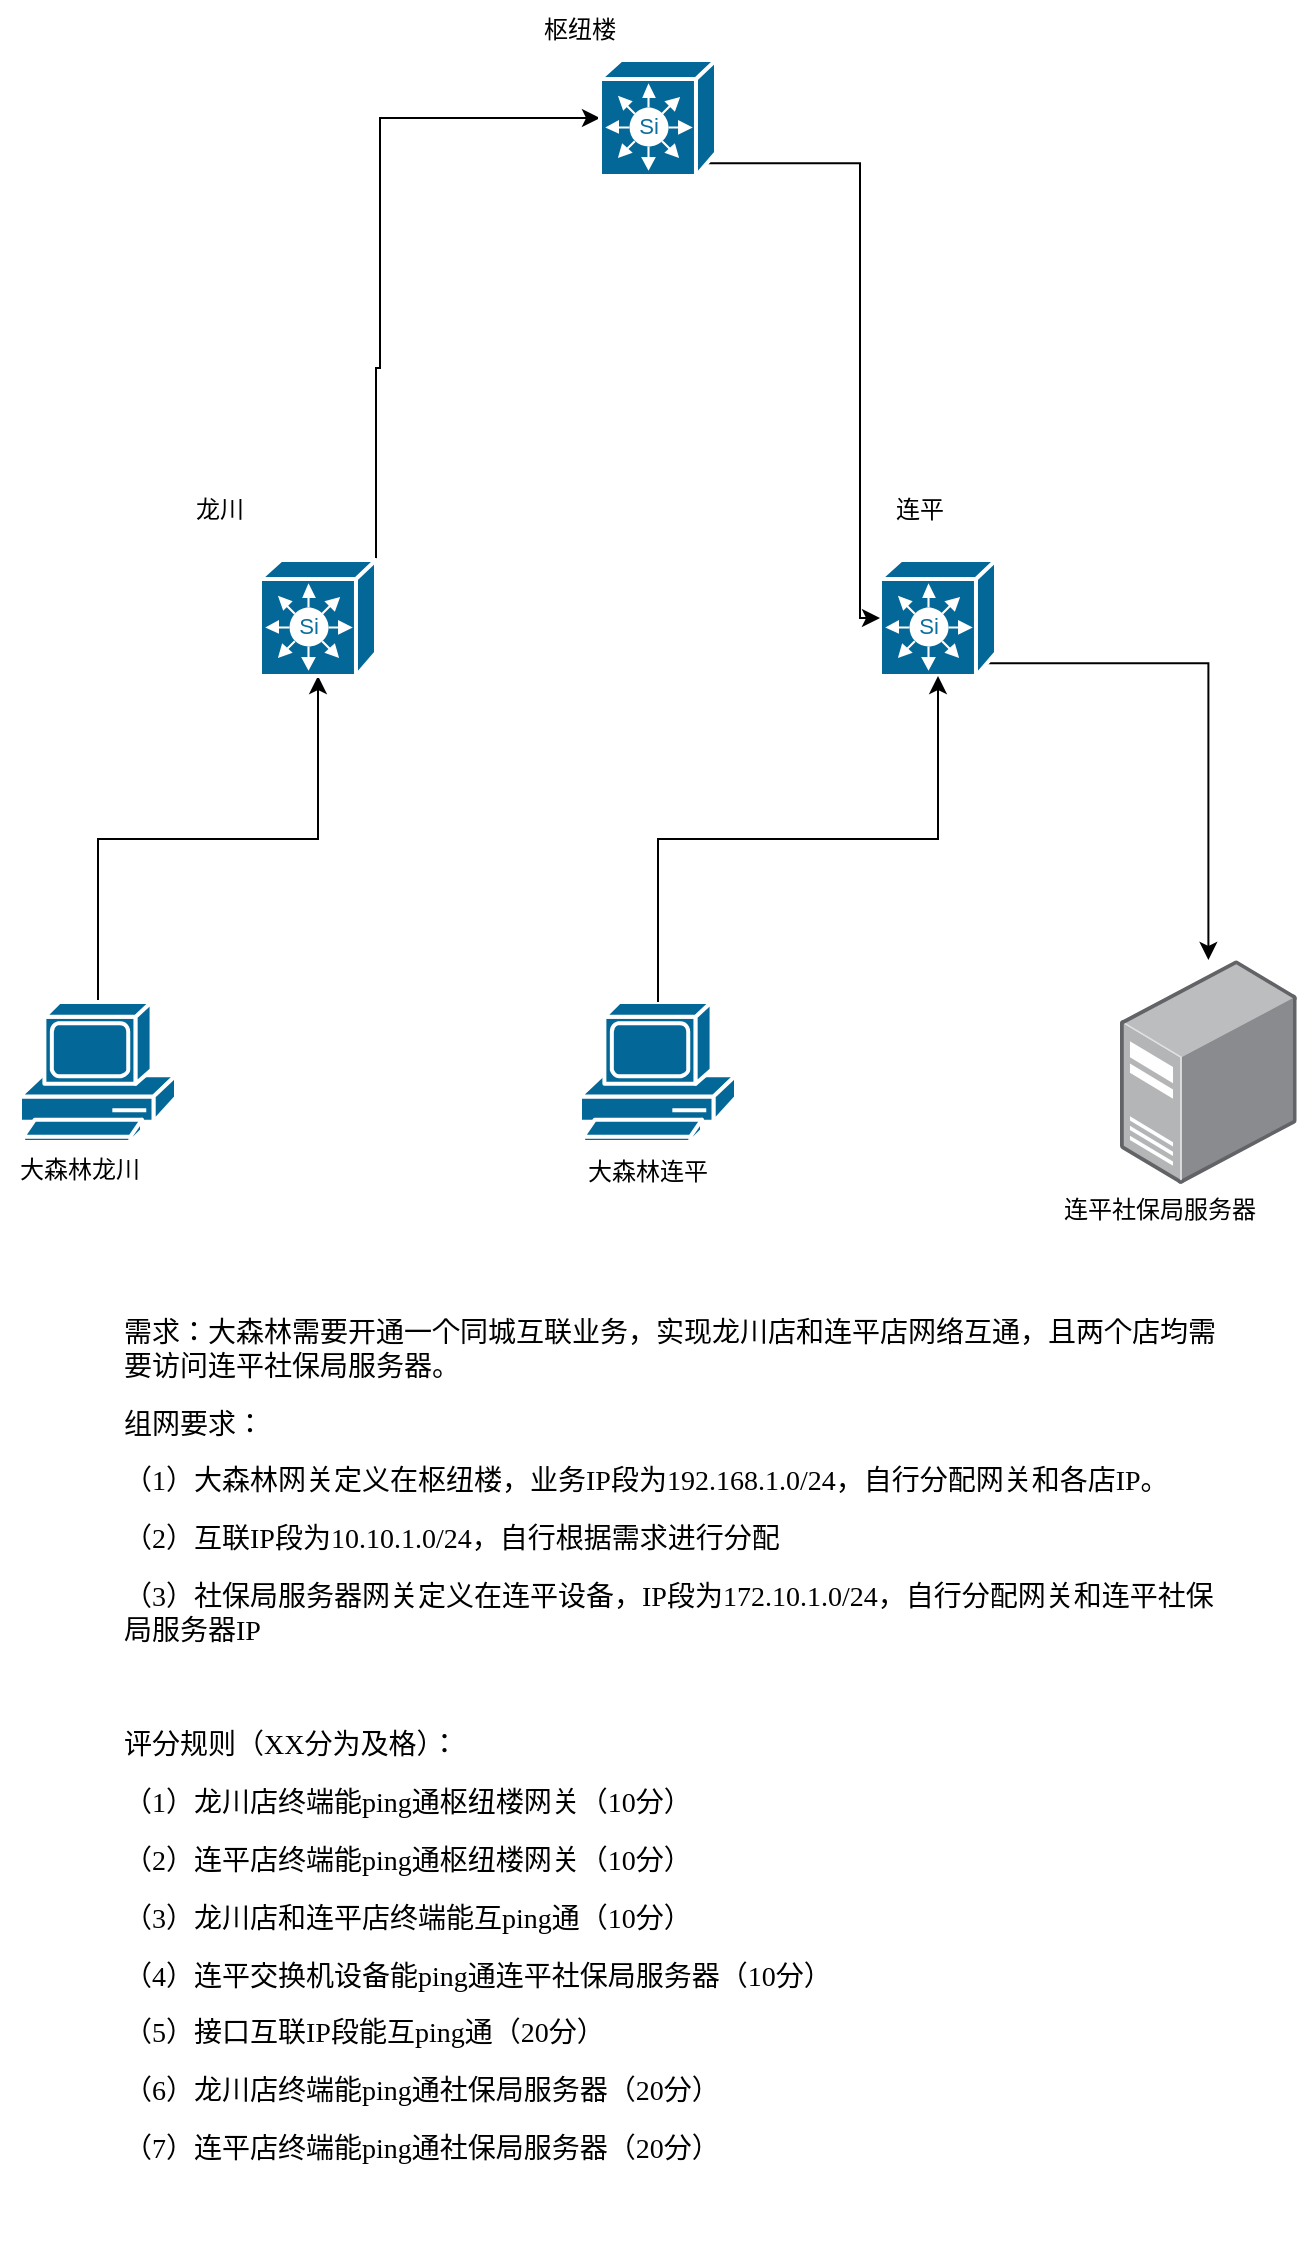
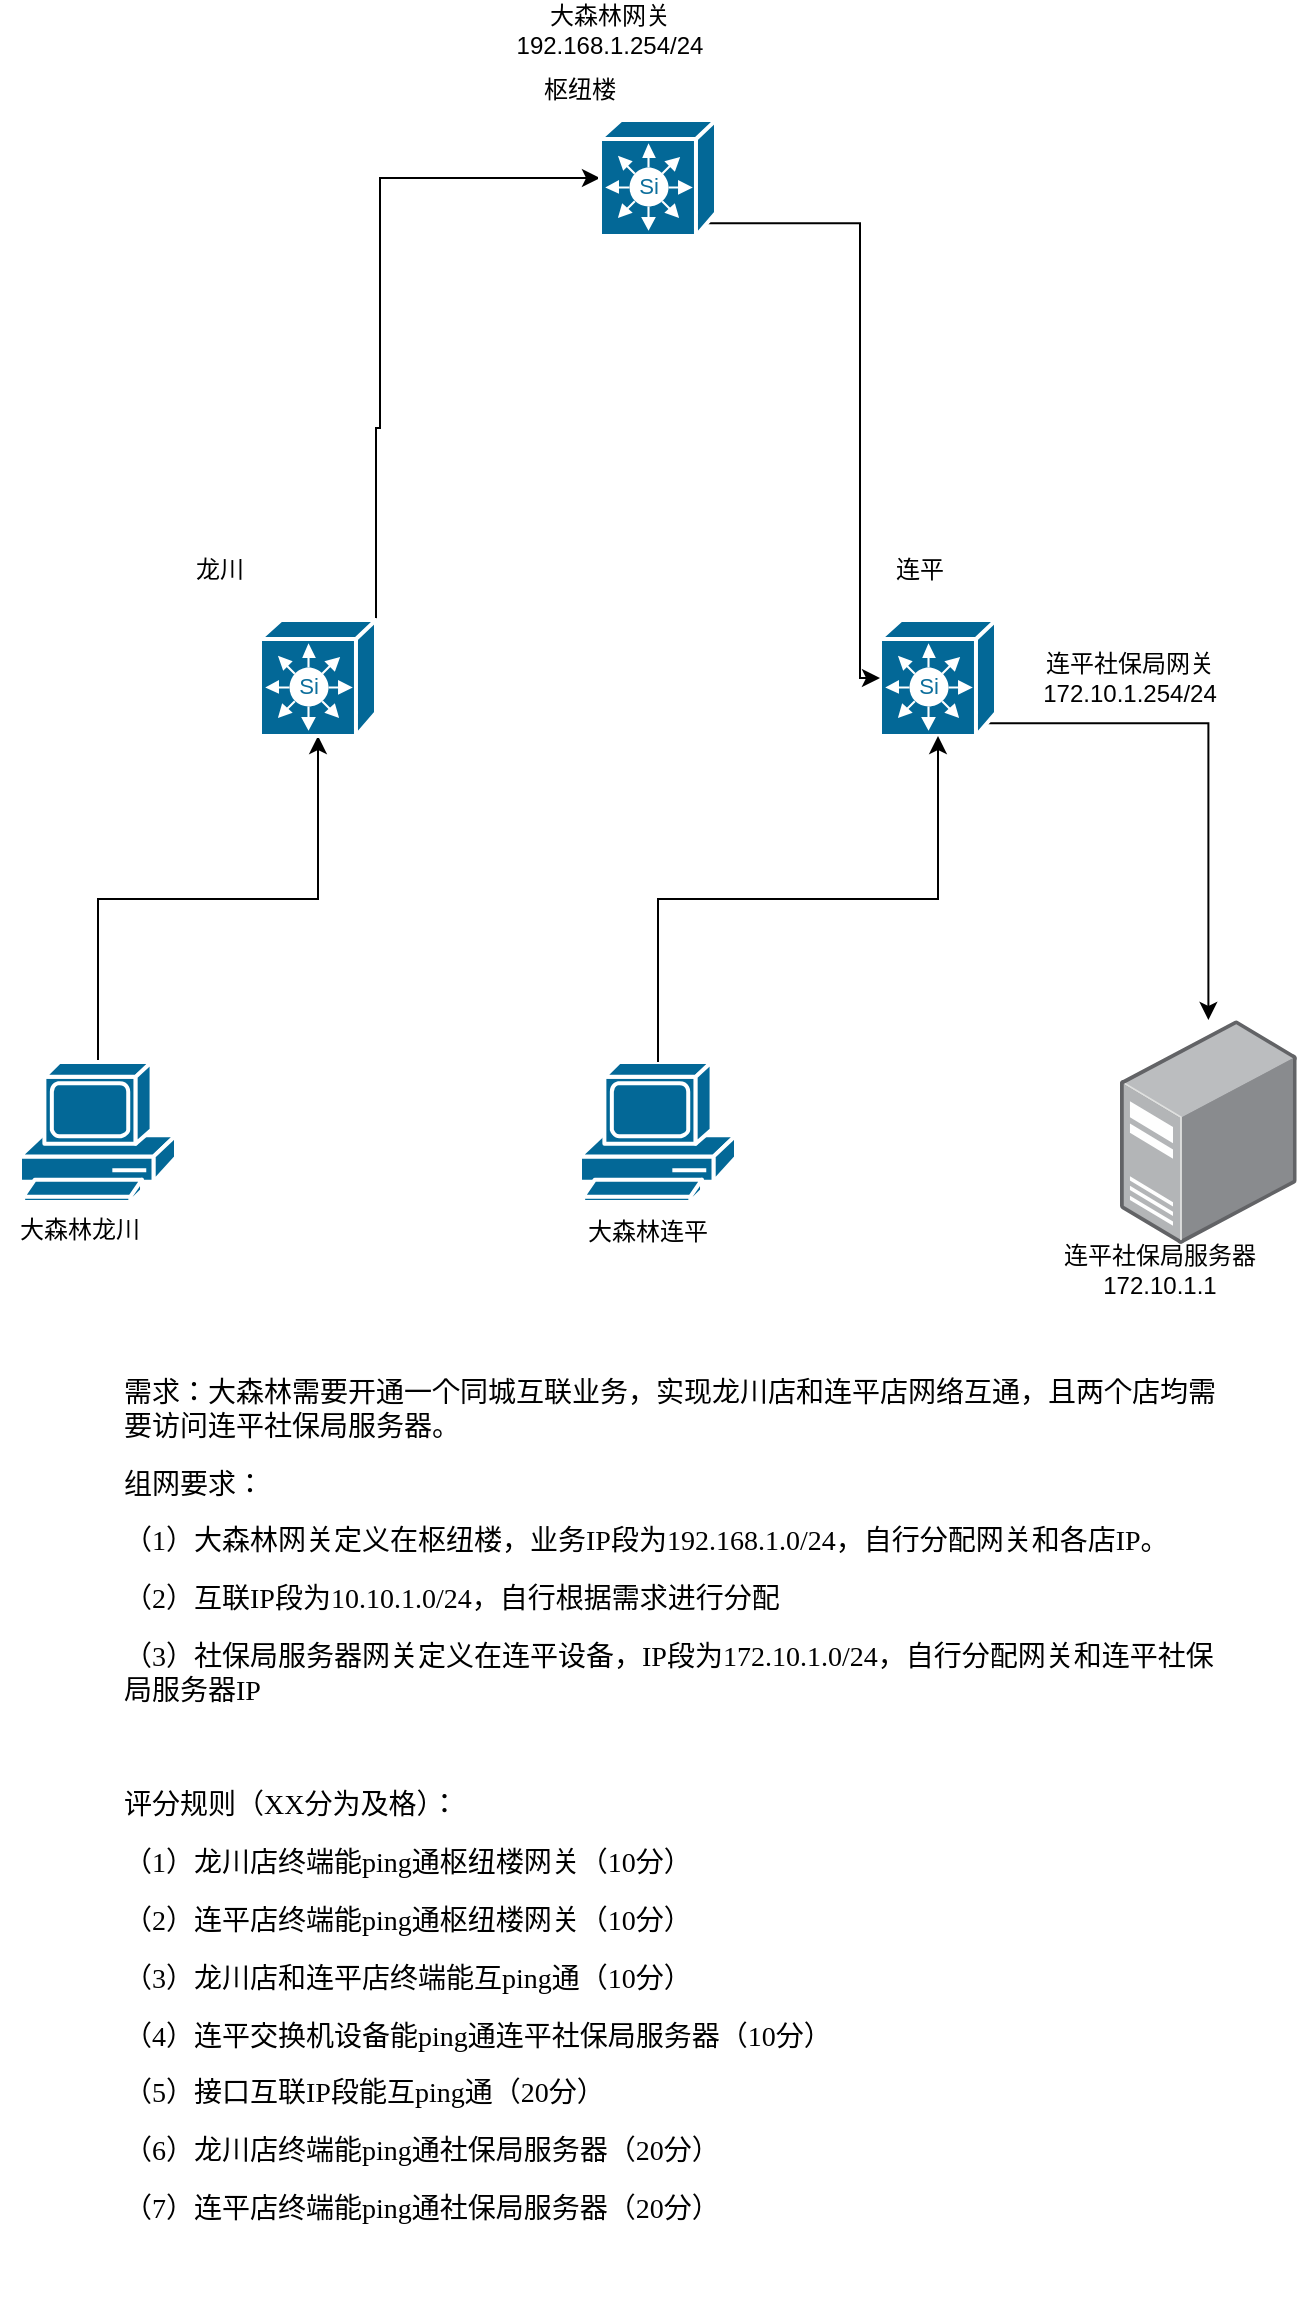
<mxfile host="app.diagrams.net" agent="Mozilla/5.0 (Windows NT 10.0; Win64; x64) AppleWebKit/537.36 (KHTML, like Gecko) Chrome/148.0.0.0 Safari/537.36 Edg/148.0.0.0" version="29.6.3">
  <diagram name="第 1 页" id="wlVZk_bkfFDo9jE-XTfM">
    <mxGraphModel dx="721" dy="966" grid="1" gridSize="10" guides="1" tooltips="1" connect="1" arrows="1" fold="1" page="1" pageScale="1" pageWidth="827" pageHeight="1169" math="0" shadow="0">
      <root>
        <mxCell id="0" />
        <mxCell id="1" parent="0" />
        <mxCell id="rIy1AtN8FkbjUDBpNLNd-8" edge="1" parent="1" source="rIy1AtN8FkbjUDBpNLNd-1" style="edgeStyle=orthogonalEdgeStyle;rounded=0;orthogonalLoop=1;jettySize=auto;html=1;exitX=0.5;exitY=0;exitDx=0;exitDy=0;exitPerimeter=0;" target="rIy1AtN8FkbjUDBpNLNd-5">
          <mxGeometry relative="1" as="geometry" />
        </mxCell>
        <mxCell id="rIy1AtN8FkbjUDBpNLNd-1" parent="1" style="sketch=0;html=1;pointerEvents=1;dashed=0;fillColor=#036897;strokeColor=#ffffff;strokeWidth=2;verticalLabelPosition=bottom;verticalAlign=top;align=center;outlineConnect=0;shape=mxgraph.cisco.computers_and_peripherals.pc;" value="" vertex="1">
          <mxGeometry height="70" width="78" x="100" y="641" as="geometry" />
        </mxCell>
        <mxCell id="rIy1AtN8FkbjUDBpNLNd-2" parent="1" style="sketch=0;html=1;pointerEvents=1;dashed=0;fillColor=#036897;strokeColor=#ffffff;strokeWidth=2;verticalLabelPosition=bottom;verticalAlign=top;align=center;outlineConnect=0;shape=mxgraph.cisco.computers_and_peripherals.pc;" value="" vertex="1">
          <mxGeometry height="70" width="78" x="380" y="641" as="geometry" />
        </mxCell>
        <mxCell id="rIy1AtN8FkbjUDBpNLNd-3" parent="1" style="image;points=[];aspect=fixed;html=1;align=center;shadow=0;dashed=0;image=img/lib/allied_telesis/computer_and_terminals/Server_Desktop.svg;" value="" vertex="1">
          <mxGeometry height="112" width="88.36" x="650" y="620" as="geometry" />
        </mxCell>
        <mxCell id="rIy1AtN8FkbjUDBpNLNd-12" edge="1" parent="1" source="rIy1AtN8FkbjUDBpNLNd-5" style="edgeStyle=orthogonalEdgeStyle;rounded=0;orthogonalLoop=1;jettySize=auto;html=1;exitX=1;exitY=0;exitDx=0;exitDy=0;exitPerimeter=0;" target="rIy1AtN8FkbjUDBpNLNd-7">
          <mxGeometry relative="1" as="geometry">
            <Array as="points">
              <mxPoint x="278" y="324" />
              <mxPoint x="280" y="324" />
              <mxPoint x="280" y="199" />
            </Array>
          </mxGeometry>
        </mxCell>
        <mxCell id="rIy1AtN8FkbjUDBpNLNd-5" parent="1" style="strokeColor=#ffffff;sketch=0;html=1;pointerEvents=1;dashed=0;fillColor=#036897;strokeWidth=2;verticalLabelPosition=bottom;verticalAlign=top;align=center;outlineConnect=0;shape=mxgraph.cisco.switches.simultilayer_switch;" value="" vertex="1">
          <mxGeometry height="57.99999999999999" width="57.99999999999999" x="220" y="420" as="geometry" />
        </mxCell>
        <mxCell id="rIy1AtN8FkbjUDBpNLNd-10" edge="1" parent="1" source="rIy1AtN8FkbjUDBpNLNd-6" style="edgeStyle=orthogonalEdgeStyle;rounded=0;orthogonalLoop=1;jettySize=auto;html=1;exitX=0.92;exitY=0.89;exitDx=0;exitDy=0;exitPerimeter=0;" target="rIy1AtN8FkbjUDBpNLNd-3">
          <mxGeometry relative="1" as="geometry" />
        </mxCell>
        <mxCell id="rIy1AtN8FkbjUDBpNLNd-6" parent="1" style="strokeColor=#ffffff;sketch=0;html=1;pointerEvents=1;dashed=0;fillColor=#036897;strokeWidth=2;verticalLabelPosition=bottom;verticalAlign=top;align=center;outlineConnect=0;shape=mxgraph.cisco.switches.simultilayer_switch;" value="" vertex="1">
          <mxGeometry height="57.99999999999999" width="57.99999999999999" x="530" y="420" as="geometry" />
        </mxCell>
        <mxCell id="rIy1AtN8FkbjUDBpNLNd-11" edge="1" parent="1" source="rIy1AtN8FkbjUDBpNLNd-7" style="edgeStyle=orthogonalEdgeStyle;rounded=0;orthogonalLoop=1;jettySize=auto;html=1;exitX=0.92;exitY=0.89;exitDx=0;exitDy=0;exitPerimeter=0;" target="rIy1AtN8FkbjUDBpNLNd-6">
          <mxGeometry relative="1" as="geometry">
            <Array as="points">
              <mxPoint x="520" y="222" />
              <mxPoint x="520" y="449" />
            </Array>
          </mxGeometry>
        </mxCell>
        <mxCell id="rIy1AtN8FkbjUDBpNLNd-7" parent="1" style="strokeColor=#ffffff;sketch=0;html=1;pointerEvents=1;dashed=0;fillColor=#036897;strokeWidth=2;verticalLabelPosition=bottom;verticalAlign=top;align=center;outlineConnect=0;shape=mxgraph.cisco.switches.simultilayer_switch;" value="" vertex="1">
          <mxGeometry height="57.99999999999999" width="57.99999999999999" x="390" y="170" as="geometry" />
        </mxCell>
        <mxCell id="rIy1AtN8FkbjUDBpNLNd-9" edge="1" parent="1" source="rIy1AtN8FkbjUDBpNLNd-2" style="edgeStyle=orthogonalEdgeStyle;rounded=0;orthogonalLoop=1;jettySize=auto;html=1;exitX=0.5;exitY=0;exitDx=0;exitDy=0;exitPerimeter=0;entryX=0.5;entryY=1;entryDx=0;entryDy=0;entryPerimeter=0;" target="rIy1AtN8FkbjUDBpNLNd-6">
          <mxGeometry relative="1" as="geometry" />
        </mxCell>
        <mxCell id="rIy1AtN8FkbjUDBpNLNd-13" parent="1" style="text;html=1;whiteSpace=wrap;strokeColor=none;fillColor=none;align=center;verticalAlign=middle;rounded=0;" value="大森林龙川" vertex="1">
          <mxGeometry height="30" width="80" x="90" y="710" as="geometry" />
        </mxCell>
        <mxCell id="rIy1AtN8FkbjUDBpNLNd-14" parent="1" style="text;html=1;whiteSpace=wrap;strokeColor=none;fillColor=none;align=center;verticalAlign=middle;rounded=0;" value="大森林连平" vertex="1">
          <mxGeometry height="30" width="80" x="374" y="711" as="geometry" />
        </mxCell>
-         <mxCell id="rIy1AtN8FkbjUDBpNLNd-15" parent="1" style="text;html=1;whiteSpace=wrap;strokeColor=none;fillColor=none;align=center;verticalAlign=middle;rounded=0;" value="连平社保局服务器" vertex="1">
+         <mxCell id="rIy1AtN8FkbjUDBpNLNd-15" parent="1" style="text;html=1;whiteSpace=wrap;strokeColor=none;fillColor=none;align=center;verticalAlign=middle;rounded=0;" value="连平社保局服务器&lt;div&gt;172.10.1.1&lt;/div&gt;" vertex="1">
          <mxGeometry height="30" width="120" x="610" y="730" as="geometry" />
        </mxCell>
        <mxCell id="vXeplIFSWKCc3kw2VImj-1" parent="1" style="text;html=1;whiteSpace=wrap;strokeColor=none;fillColor=none;align=center;verticalAlign=middle;rounded=0;" value="连平" vertex="1">
          <mxGeometry height="30" width="60" x="520" y="380" as="geometry" />
        </mxCell>
        <mxCell id="vXeplIFSWKCc3kw2VImj-2" parent="1" style="text;html=1;whiteSpace=wrap;strokeColor=none;fillColor=none;align=center;verticalAlign=middle;rounded=0;" value="龙川" vertex="1">
          <mxGeometry height="30" width="60" x="170" y="380" as="geometry" />
        </mxCell>
        <mxCell id="vXeplIFSWKCc3kw2VImj-4" parent="1" style="text;html=1;whiteSpace=wrap;strokeColor=none;fillColor=none;align=center;verticalAlign=middle;rounded=0;" value="枢纽楼" vertex="1">
          <mxGeometry height="30" width="60" x="350" y="140" as="geometry" />
        </mxCell>
        <mxCell id="vXeplIFSWKCc3kw2VImj-5" parent="1" style="text;whiteSpace=wrap;html=1;" value="&lt;p class=&quot;MsoNormal&quot;&gt;&lt;span style=&quot;mso-spacerun:&#39;yes&#39;;font-family:宋体;mso-ascii-font-family:Calibri;&#xa;mso-hansi-font-family:Calibri;mso-bidi-font-family:&#39;Times New Roman&#39;;font-size:10.5000pt;&#xa;mso-font-kerning:1.0000pt;&quot;&gt;&lt;font face=&quot;宋体&quot;&gt;需求：大森林需要开通一个同城互联业务，实现龙川店和连平店网络互通，且两个店均需要访问连平社保局服务器。&lt;/font&gt;&lt;/span&gt;&lt;span style=&quot;mso-spacerun:&#39;yes&#39;;font-family:宋体;mso-ascii-font-family:Calibri;&#xa;mso-hansi-font-family:Calibri;mso-bidi-font-family:&#39;Times New Roman&#39;;font-size:10.5000pt;&#xa;mso-font-kerning:1.0000pt;&quot;&gt;&lt;/span&gt;&lt;/p&gt;&lt;p class=&quot;MsoNormal&quot;&gt;&lt;span style=&quot;mso-spacerun:&#39;yes&#39;;font-family:宋体;mso-ascii-font-family:Calibri;&#xa;mso-hansi-font-family:Calibri;mso-bidi-font-family:&#39;Times New Roman&#39;;font-size:10.5000pt;&#xa;mso-font-kerning:1.0000pt;&quot;&gt;&lt;font face=&quot;宋体&quot;&gt;组网要求：&lt;/font&gt;&lt;/span&gt;&lt;span style=&quot;mso-spacerun:&#39;yes&#39;;font-family:宋体;mso-ascii-font-family:Calibri;&#xa;mso-hansi-font-family:Calibri;mso-bidi-font-family:&#39;Times New Roman&#39;;font-size:10.5000pt;&#xa;mso-font-kerning:1.0000pt;&quot;&gt;&lt;/span&gt;&lt;/p&gt;&lt;p class=&quot;MsoNormal&quot; style=&quot;mso-list:l0 level1 lfo1;&quot;&gt;&lt;span style=&quot;font-family:宋体;mso-ascii-font-family:Calibri;mso-hansi-font-family:Calibri;&#xa;mso-bidi-font-family:&#39;Times New Roman&#39;;font-size:10.5000pt;mso-font-kerning:1.0000pt;&quot;&gt;&lt;span style=&quot;mso-list:Ignore;&quot;&gt;（1）&lt;/span&gt;&lt;/span&gt;&lt;span style=&quot;mso-spacerun:&#39;yes&#39;;font-family:宋体;mso-ascii-font-family:Calibri;&#xa;mso-hansi-font-family:Calibri;mso-bidi-font-family:&#39;Times New Roman&#39;;font-size:10.5000pt;&#xa;mso-font-kerning:1.0000pt;&quot;&gt;&lt;font face=&quot;宋体&quot;&gt;大森林网关定义在枢纽楼，业务&lt;/font&gt;&lt;font face=&quot;Calibri&quot;&gt;IP&lt;/font&gt;&lt;font face=&quot;宋体&quot;&gt;段为&lt;/font&gt;&lt;font face=&quot;Calibri&quot;&gt;192.168.1.0/24&lt;/font&gt;&lt;font face=&quot;宋体&quot;&gt;，自行分配网关和各店&lt;/font&gt;&lt;font face=&quot;Calibri&quot;&gt;IP&lt;/font&gt;&lt;font face=&quot;宋体&quot;&gt;。&lt;/font&gt;&lt;/span&gt;&lt;span style=&quot;mso-spacerun:&#39;yes&#39;;font-family:宋体;mso-ascii-font-family:Calibri;&#xa;mso-hansi-font-family:Calibri;mso-bidi-font-family:&#39;Times New Roman&#39;;font-size:10.5000pt;&#xa;mso-font-kerning:1.0000pt;&quot;&gt;&lt;/span&gt;&lt;/p&gt;&lt;p class=&quot;MsoNormal&quot; style=&quot;mso-list:l0 level1 lfo1;&quot;&gt;&lt;span style=&quot;font-family:宋体;mso-ascii-font-family:Calibri;mso-hansi-font-family:Calibri;&#xa;mso-bidi-font-family:&#39;Times New Roman&#39;;font-size:10.5000pt;mso-font-kerning:1.0000pt;&quot;&gt;&lt;span style=&quot;mso-list:Ignore;&quot;&gt;（2）&lt;/span&gt;&lt;/span&gt;&lt;span style=&quot;mso-spacerun:&#39;yes&#39;;font-family:宋体;mso-ascii-font-family:Calibri;&#xa;mso-hansi-font-family:Calibri;mso-bidi-font-family:&#39;Times New Roman&#39;;font-size:10.5000pt;&#xa;mso-font-kerning:1.0000pt;&quot;&gt;&lt;font face=&quot;宋体&quot;&gt;互联&lt;/font&gt;&lt;font face=&quot;Calibri&quot;&gt;IP&lt;/font&gt;&lt;font face=&quot;宋体&quot;&gt;段为&lt;/font&gt;&lt;font face=&quot;Calibri&quot;&gt;10.10.1.0/24&lt;/font&gt;&lt;font face=&quot;宋体&quot;&gt;，自行根据需求进行分配&lt;/font&gt;&lt;/span&gt;&lt;span style=&quot;mso-spacerun:&#39;yes&#39;;font-family:Calibri;mso-fareast-font-family:宋体;&#xa;mso-bidi-font-family:&#39;Times New Roman&#39;;font-size:10.5000pt;mso-font-kerning:1.0000pt;&quot;&gt;&lt;/span&gt;&lt;/p&gt;&lt;p class=&quot;MsoNormal&quot; style=&quot;mso-list:l0 level1 lfo1;&quot;&gt;&lt;span style=&quot;font-family:宋体;mso-ascii-font-family:Calibri;mso-hansi-font-family:Calibri;&#xa;mso-bidi-font-family:&#39;Times New Roman&#39;;font-size:10.5000pt;mso-font-kerning:1.0000pt;&quot;&gt;&lt;span style=&quot;mso-list:Ignore;&quot;&gt;（3）&lt;/span&gt;&lt;/span&gt;&lt;span style=&quot;mso-spacerun:&#39;yes&#39;;font-family:宋体;mso-ascii-font-family:Calibri;&#xa;mso-hansi-font-family:Calibri;mso-bidi-font-family:&#39;Times New Roman&#39;;font-size:10.5000pt;&#xa;mso-font-kerning:1.0000pt;&quot;&gt;&lt;font face=&quot;宋体&quot;&gt;社保局服务器网关定义在连平设备，&lt;/font&gt;&lt;font face=&quot;Calibri&quot;&gt;IP&lt;/font&gt;&lt;font face=&quot;宋体&quot;&gt;段为&lt;/font&gt;&lt;font face=&quot;Calibri&quot;&gt;172.10.1.0/24&lt;/font&gt;&lt;font face=&quot;宋体&quot;&gt;，自行分配网关和连平社保局服务器&lt;/font&gt;&lt;font face=&quot;Calibri&quot;&gt;IP&lt;/font&gt;&lt;/span&gt;&lt;span style=&quot;mso-spacerun:&#39;yes&#39;;font-family:Calibri;mso-fareast-font-family:宋体;&#xa;mso-bidi-font-family:&#39;Times New Roman&#39;;font-size:10.5000pt;mso-font-kerning:1.0000pt;&quot;&gt;&lt;/span&gt;&lt;/p&gt;&lt;p class=&quot;MsoNormal&quot; align=&quot;justify&quot; style=&quot;mso-pagination:none;text-align:justify;text-justify:inter-ideograph;&quot;&gt;&lt;span style=&quot;mso-spacerun:&#39;yes&#39;;font-family:宋体;mso-ascii-font-family:Calibri;&#xa;mso-hansi-font-family:Calibri;mso-bidi-font-family:&#39;Times New Roman&#39;;font-size:10.5000pt;&#xa;mso-font-kerning:1.0000pt;&quot;&gt;&amp;nbsp;&lt;/span&gt;&lt;/p&gt;&lt;p class=&quot;MsoNormal&quot; align=&quot;justify&quot; style=&quot;mso-pagination:none;text-align:justify;text-justify:inter-ideograph;&quot;&gt;&lt;span style=&quot;mso-spacerun:&#39;yes&#39;;font-family:宋体;mso-ascii-font-family:Calibri;&#xa;mso-hansi-font-family:Calibri;mso-bidi-font-family:&#39;Times New Roman&#39;;font-size:10.5000pt;&#xa;mso-font-kerning:1.0000pt;&quot;&gt;&lt;font face=&quot;宋体&quot;&gt;评分规则（&lt;/font&gt;&lt;font face=&quot;Calibri&quot;&gt;XX&lt;/font&gt;&lt;font face=&quot;宋体&quot;&gt;分为及格）：&lt;/font&gt;&lt;/span&gt;&lt;span style=&quot;mso-spacerun:&#39;yes&#39;;font-family:宋体;mso-ascii-font-family:Calibri;&#xa;mso-hansi-font-family:Calibri;mso-bidi-font-family:&#39;Times New Roman&#39;;font-size:10.5000pt;&#xa;mso-font-kerning:1.0000pt;&quot;&gt;&lt;/span&gt;&lt;/p&gt;&lt;p class=&quot;MsoNormal&quot; align=&quot;justify&quot; style=&quot;mso-pagination:none;text-align:justify;text-justify:inter-ideograph;&#xa;mso-list:l1 level1 lfo2;&quot;&gt;&lt;span style=&quot;font-family:宋体;mso-ascii-font-family:Calibri;mso-hansi-font-family:Calibri;&#xa;mso-bidi-font-family:&#39;Times New Roman&#39;;font-size:10.5000pt;mso-font-kerning:1.0000pt;&quot;&gt;&lt;span style=&quot;mso-list:Ignore;&quot;&gt;（1）&lt;/span&gt;&lt;/span&gt;&lt;span style=&quot;mso-spacerun:&#39;yes&#39;;font-family:宋体;mso-ascii-font-family:Calibri;&#xa;mso-hansi-font-family:Calibri;mso-bidi-font-family:&#39;Times New Roman&#39;;font-size:10.5000pt;&#xa;mso-font-kerning:1.0000pt;&quot;&gt;&lt;font face=&quot;宋体&quot;&gt;龙川店终端能&lt;/font&gt;&lt;font face=&quot;Calibri&quot;&gt;ping&lt;/font&gt;&lt;font face=&quot;宋体&quot;&gt;通枢纽楼网关（&lt;/font&gt;&lt;font face=&quot;Calibri&quot;&gt;10&lt;/font&gt;&lt;font face=&quot;宋体&quot;&gt;分）&lt;/font&gt;&lt;/span&gt;&lt;span style=&quot;mso-spacerun:&#39;yes&#39;;font-family:宋体;mso-ascii-font-family:Calibri;&#xa;mso-hansi-font-family:Calibri;mso-bidi-font-family:&#39;Times New Roman&#39;;font-size:10.5000pt;&#xa;mso-font-kerning:1.0000pt;&quot;&gt;&lt;/span&gt;&lt;/p&gt;&lt;p class=&quot;MsoNormal&quot; align=&quot;justify&quot; style=&quot;mso-pagination:none;text-align:justify;text-justify:inter-ideograph;&#xa;mso-list:l1 level1 lfo2;&quot;&gt;&lt;span style=&quot;font-family:宋体;mso-ascii-font-family:Calibri;mso-hansi-font-family:Calibri;&#xa;mso-bidi-font-family:&#39;Times New Roman&#39;;font-size:10.5000pt;mso-font-kerning:1.0000pt;&quot;&gt;&lt;span style=&quot;mso-list:Ignore;&quot;&gt;（2）&lt;/span&gt;&lt;/span&gt;&lt;span style=&quot;mso-spacerun:&#39;yes&#39;;font-family:宋体;mso-ascii-font-family:Calibri;&#xa;mso-hansi-font-family:Calibri;mso-bidi-font-family:&#39;Times New Roman&#39;;font-size:10.5000pt;&#xa;mso-font-kerning:1.0000pt;&quot;&gt;&lt;font face=&quot;宋体&quot;&gt;连平店终端能&lt;/font&gt;&lt;font face=&quot;Calibri&quot;&gt;ping&lt;/font&gt;&lt;font face=&quot;宋体&quot;&gt;通枢纽楼网关（&lt;/font&gt;&lt;font face=&quot;Calibri&quot;&gt;10&lt;/font&gt;&lt;font face=&quot;宋体&quot;&gt;分）&lt;/font&gt;&lt;/span&gt;&lt;span style=&quot;mso-spacerun:&#39;yes&#39;;font-family:宋体;mso-ascii-font-family:Calibri;&#xa;mso-hansi-font-family:Calibri;mso-bidi-font-family:&#39;Times New Roman&#39;;font-size:10.5000pt;&#xa;mso-font-kerning:1.0000pt;&quot;&gt;&lt;/span&gt;&lt;/p&gt;&lt;p class=&quot;MsoNormal&quot; align=&quot;justify&quot; style=&quot;mso-pagination:none;text-align:justify;text-justify:inter-ideograph;&#xa;mso-list:l1 level1 lfo2;&quot;&gt;&lt;span style=&quot;font-family:宋体;mso-ascii-font-family:Calibri;mso-hansi-font-family:Calibri;&#xa;mso-bidi-font-family:&#39;Times New Roman&#39;;font-size:10.5000pt;mso-font-kerning:1.0000pt;&quot;&gt;&lt;span style=&quot;mso-list:Ignore;&quot;&gt;（3）&lt;/span&gt;&lt;/span&gt;&lt;span style=&quot;mso-spacerun:&#39;yes&#39;;font-family:宋体;mso-ascii-font-family:Calibri;&#xa;mso-hansi-font-family:Calibri;mso-bidi-font-family:&#39;Times New Roman&#39;;font-size:10.5000pt;&#xa;mso-font-kerning:1.0000pt;&quot;&gt;&lt;font face=&quot;宋体&quot;&gt;龙川店和连平店终端能互&lt;/font&gt;&lt;font face=&quot;Calibri&quot;&gt;ping&lt;/font&gt;&lt;font face=&quot;宋体&quot;&gt;通（&lt;/font&gt;&lt;font face=&quot;Calibri&quot;&gt;10&lt;/font&gt;&lt;font face=&quot;宋体&quot;&gt;分）&lt;/font&gt;&lt;/span&gt;&lt;span style=&quot;mso-spacerun:&#39;yes&#39;;font-family:宋体;mso-ascii-font-family:Calibri;&#xa;mso-hansi-font-family:Calibri;mso-bidi-font-family:&#39;Times New Roman&#39;;font-size:10.5000pt;&#xa;mso-font-kerning:1.0000pt;&quot;&gt;&lt;/span&gt;&lt;/p&gt;&lt;p class=&quot;MsoNormal&quot; align=&quot;justify&quot; style=&quot;mso-pagination:none;text-align:justify;text-justify:inter-ideograph;&#xa;mso-list:l1 level1 lfo2;&quot;&gt;&lt;span style=&quot;font-family:宋体;mso-ascii-font-family:Calibri;mso-hansi-font-family:Calibri;&#xa;mso-bidi-font-family:&#39;Times New Roman&#39;;font-size:10.5000pt;mso-font-kerning:1.0000pt;&quot;&gt;&lt;span style=&quot;mso-list:Ignore;&quot;&gt;（4）&lt;/span&gt;&lt;/span&gt;&lt;span style=&quot;mso-spacerun:&#39;yes&#39;;font-family:宋体;mso-ascii-font-family:Calibri;&#xa;mso-hansi-font-family:Calibri;mso-bidi-font-family:&#39;Times New Roman&#39;;font-size:10.5000pt;&#xa;mso-font-kerning:1.0000pt;&quot;&gt;&lt;font face=&quot;宋体&quot;&gt;连平交换机设备能&lt;/font&gt;&lt;font face=&quot;Calibri&quot;&gt;ping&lt;/font&gt;&lt;font face=&quot;宋体&quot;&gt;通连平社保局服务器（&lt;/font&gt;&lt;font face=&quot;Calibri&quot;&gt;10&lt;/font&gt;&lt;font face=&quot;宋体&quot;&gt;分）&lt;/font&gt;&lt;/span&gt;&lt;span style=&quot;mso-spacerun:&#39;yes&#39;;font-family:宋体;mso-ascii-font-family:Calibri;&#xa;mso-hansi-font-family:Calibri;mso-bidi-font-family:&#39;Times New Roman&#39;;font-size:10.5000pt;&#xa;mso-font-kerning:1.0000pt;&quot;&gt;&lt;/span&gt;&lt;/p&gt;&lt;p class=&quot;MsoNormal&quot; align=&quot;justify&quot; style=&quot;mso-pagination:none;text-align:justify;text-justify:inter-ideograph;&#xa;mso-list:l1 level1 lfo2;&quot;&gt;&lt;span style=&quot;font-family:宋体;mso-ascii-font-family:Calibri;mso-hansi-font-family:Calibri;&#xa;mso-bidi-font-family:&#39;Times New Roman&#39;;font-size:10.5000pt;mso-font-kerning:1.0000pt;&quot;&gt;&lt;span style=&quot;mso-list:Ignore;&quot;&gt;（5）&lt;/span&gt;&lt;/span&gt;&lt;span style=&quot;mso-spacerun:&#39;yes&#39;;font-family:宋体;mso-ascii-font-family:Calibri;&#xa;mso-hansi-font-family:Calibri;mso-bidi-font-family:&#39;Times New Roman&#39;;font-size:10.5000pt;&#xa;mso-font-kerning:1.0000pt;&quot;&gt;&lt;font face=&quot;宋体&quot;&gt;接口互联&lt;/font&gt;&lt;font face=&quot;Calibri&quot;&gt;IP&lt;/font&gt;&lt;font face=&quot;宋体&quot;&gt;段能互&lt;/font&gt;&lt;font face=&quot;Calibri&quot;&gt;ping&lt;/font&gt;&lt;font face=&quot;宋体&quot;&gt;通（&lt;/font&gt;&lt;font face=&quot;Calibri&quot;&gt;20&lt;/font&gt;&lt;font face=&quot;宋体&quot;&gt;分）&lt;/font&gt;&lt;/span&gt;&lt;span style=&quot;mso-spacerun:&#39;yes&#39;;font-family:宋体;mso-ascii-font-family:Calibri;&#xa;mso-hansi-font-family:Calibri;mso-bidi-font-family:&#39;Times New Roman&#39;;font-size:10.5000pt;&#xa;mso-font-kerning:1.0000pt;&quot;&gt;&lt;/span&gt;&lt;/p&gt;&lt;p class=&quot;MsoNormal&quot; align=&quot;justify&quot; style=&quot;mso-pagination:none;text-align:justify;text-justify:inter-ideograph;&#xa;mso-list:l1 level1 lfo2;&quot;&gt;&lt;span style=&quot;font-family:宋体;mso-ascii-font-family:Calibri;mso-hansi-font-family:Calibri;&#xa;mso-bidi-font-family:&#39;Times New Roman&#39;;font-size:10.5000pt;mso-font-kerning:1.0000pt;&quot;&gt;&lt;span style=&quot;mso-list:Ignore;&quot;&gt;（6）&lt;/span&gt;&lt;/span&gt;&lt;span style=&quot;mso-spacerun:&#39;yes&#39;;font-family:宋体;mso-ascii-font-family:Calibri;&#xa;mso-hansi-font-family:Calibri;mso-bidi-font-family:&#39;Times New Roman&#39;;font-size:10.5000pt;&#xa;mso-font-kerning:1.0000pt;&quot;&gt;&lt;font face=&quot;宋体&quot;&gt;龙川店终端能&lt;/font&gt;&lt;font face=&quot;Calibri&quot;&gt;ping&lt;/font&gt;&lt;font face=&quot;宋体&quot;&gt;通社保局服务器（&lt;/font&gt;&lt;font face=&quot;Calibri&quot;&gt;20&lt;/font&gt;&lt;font face=&quot;宋体&quot;&gt;分）&lt;/font&gt;&lt;/span&gt;&lt;span style=&quot;mso-spacerun:&#39;yes&#39;;font-family:宋体;mso-ascii-font-family:Calibri;&#xa;mso-hansi-font-family:Calibri;mso-bidi-font-family:&#39;Times New Roman&#39;;font-size:10.5000pt;&#xa;mso-font-kerning:1.0000pt;&quot;&gt;&lt;/span&gt;&lt;/p&gt;&lt;p class=&quot;MsoNormal&quot; align=&quot;justify&quot; style=&quot;mso-pagination:none;text-align:justify;text-justify:inter-ideograph;&#xa;mso-list:l1 level1 lfo2;&quot;&gt;&lt;span style=&quot;font-family:宋体;mso-ascii-font-family:Calibri;mso-hansi-font-family:Calibri;&#xa;mso-bidi-font-family:&#39;Times New Roman&#39;;font-size:10.5000pt;mso-font-kerning:1.0000pt;&quot;&gt;&lt;span style=&quot;mso-list:Ignore;&quot;&gt;（7）&lt;/span&gt;&lt;/span&gt;&lt;span style=&quot;mso-spacerun:&#39;yes&#39;;font-family:宋体;mso-ascii-font-family:Calibri;&#xa;mso-hansi-font-family:Calibri;mso-bidi-font-family:&#39;Times New Roman&#39;;font-size:10.5000pt;&#xa;mso-font-kerning:1.0000pt;&quot;&gt;&lt;font face=&quot;宋体&quot;&gt;连平店终端能&lt;/font&gt;&lt;font face=&quot;Calibri&quot;&gt;ping&lt;/font&gt;&lt;font face=&quot;宋体&quot;&gt;通社保局服务器（&lt;/font&gt;&lt;font face=&quot;Calibri&quot;&gt;20&lt;/font&gt;&lt;font face=&quot;宋体&quot;&gt;分）&lt;/font&gt;&lt;/span&gt;&lt;span style=&quot;mso-spacerun:&#39;yes&#39;;font-family:宋体;mso-ascii-font-family:Calibri;&#xa;mso-hansi-font-family:Calibri;mso-bidi-font-family:&#39;Times New Roman&#39;;font-size:10.5000pt;&#xa;mso-font-kerning:1.0000pt;&quot;&gt;&lt;/span&gt;&lt;/p&gt;" vertex="1">
          <mxGeometry height="480" width="560" x="150" y="780" as="geometry" />
        </mxCell>
+         <mxCell id="vXeplIFSWKCc3kw2VImj-6" parent="1" style="text;html=1;whiteSpace=wrap;strokeColor=none;fillColor=none;align=center;verticalAlign=middle;rounded=0;" value="大森林网关&lt;div&gt;192.168.1.254/24&lt;/div&gt;" vertex="1">
+           <mxGeometry height="30" width="150" x="320" y="110" as="geometry" />
+         </mxCell>
+         <mxCell id="vXeplIFSWKCc3kw2VImj-7" parent="1" style="text;html=1;whiteSpace=wrap;strokeColor=none;fillColor=none;align=center;verticalAlign=middle;rounded=0;" value="连平社保局网关&lt;div&gt;172.10.1.254/24&lt;/div&gt;" vertex="1">
+           <mxGeometry height="30" width="110" x="600" y="434" as="geometry" />
+         </mxCell>
      </root>
    </mxGraphModel>
  </diagram>
</mxfile>
